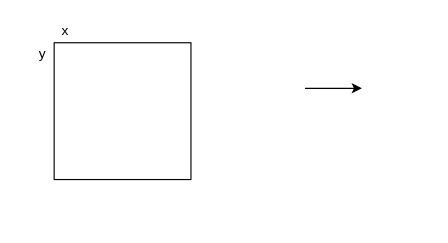
Earlier version of the draw.io diagram Untitled Diagram.drawio (eyduh/mypiscine). Source tidied: cells renumbered, new cells numbered last; positions are measured from the earlier drawing's top-left corner, leaving out a move shared by most shapes. Both pictures are drawn from the tidied source at 114%, with x=0, y=0 at pixel (19, 19).
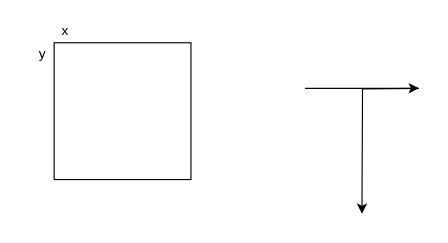
After the change.

Diff of the diagram source:
```diff
@@
 <mxGraphModel>
   <root>
     <mxCell id="0" />
     <mxCell id="1" parent="0" />
     <mxCell id="2" style="whiteSpace=wrap;html=1;" parent="1" vertex="1">
       <mxGeometry x="30" y="20" width="120" height="120" as="geometry" />
     </mxCell>
     <mxCell id="3" value="x" style="text;html=1;strokeColor=none;fillColor=none;align=center;verticalAlign=middle;whiteSpace=wrap;rounded=0;" parent="1" vertex="1">
       <mxGeometry x="20" width="40" height="20" as="geometry" />
     </mxCell>
     <mxCell id="4" value="y" style="text;html=1;strokeColor=none;fillColor=none;align=center;verticalAlign=middle;whiteSpace=wrap;rounded=0;" parent="1" vertex="1">
       <mxGeometry y="20" width="40" height="20" as="geometry" />
     </mxCell>
     <mxCell id="5" style="endArrow=classic;html=1;" parent="1" edge="1">
       <mxGeometry relative="1" as="geometry">
         <mxPoint x="250" y="60" as="sourcePoint" />
-        <mxPoint x="300" y="60" as="targetPoint" />
+        <mxPoint x="350" y="60" as="targetPoint" />
       </mxGeometry>
     </mxCell>
+    <mxCell id="6" style="edgeStyle=orthogonalEdgeStyle;rounded=0;orthogonalLoop=1;jettySize=auto;html=1;" parent="1" edge="1">
+      <mxGeometry relative="1" as="geometry">
+        <mxPoint x="350" y="60" as="sourcePoint" />
+        <mxPoint x="300" y="170" as="targetPoint" />
+      </mxGeometry>
+    </mxCell>
   </root>
 </mxGraphModel>
```
